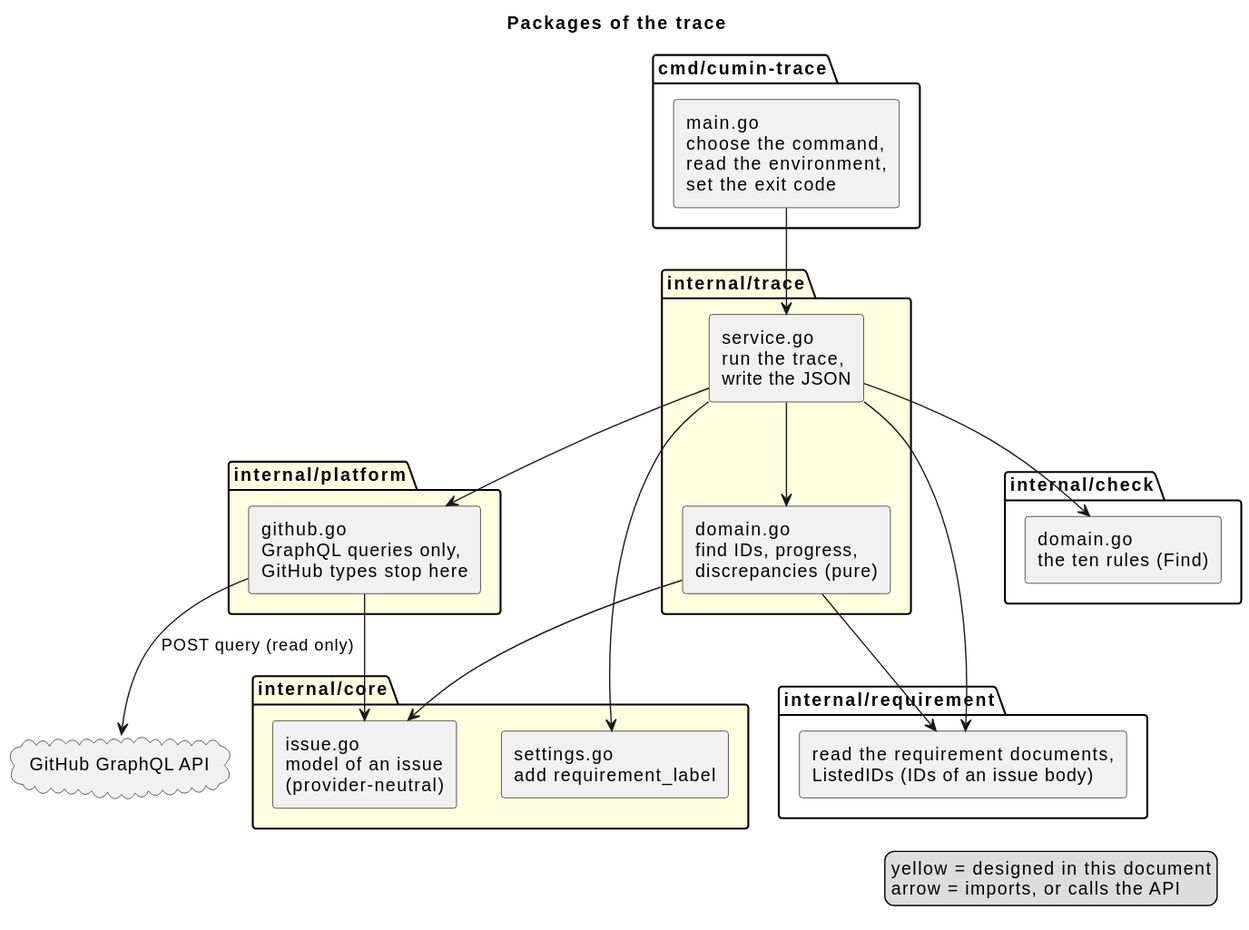
Before: docs/ja/designs/trace/trace-packages.svg, a diagram exported from PlantUML (cloveclovedev/cumin-trace).
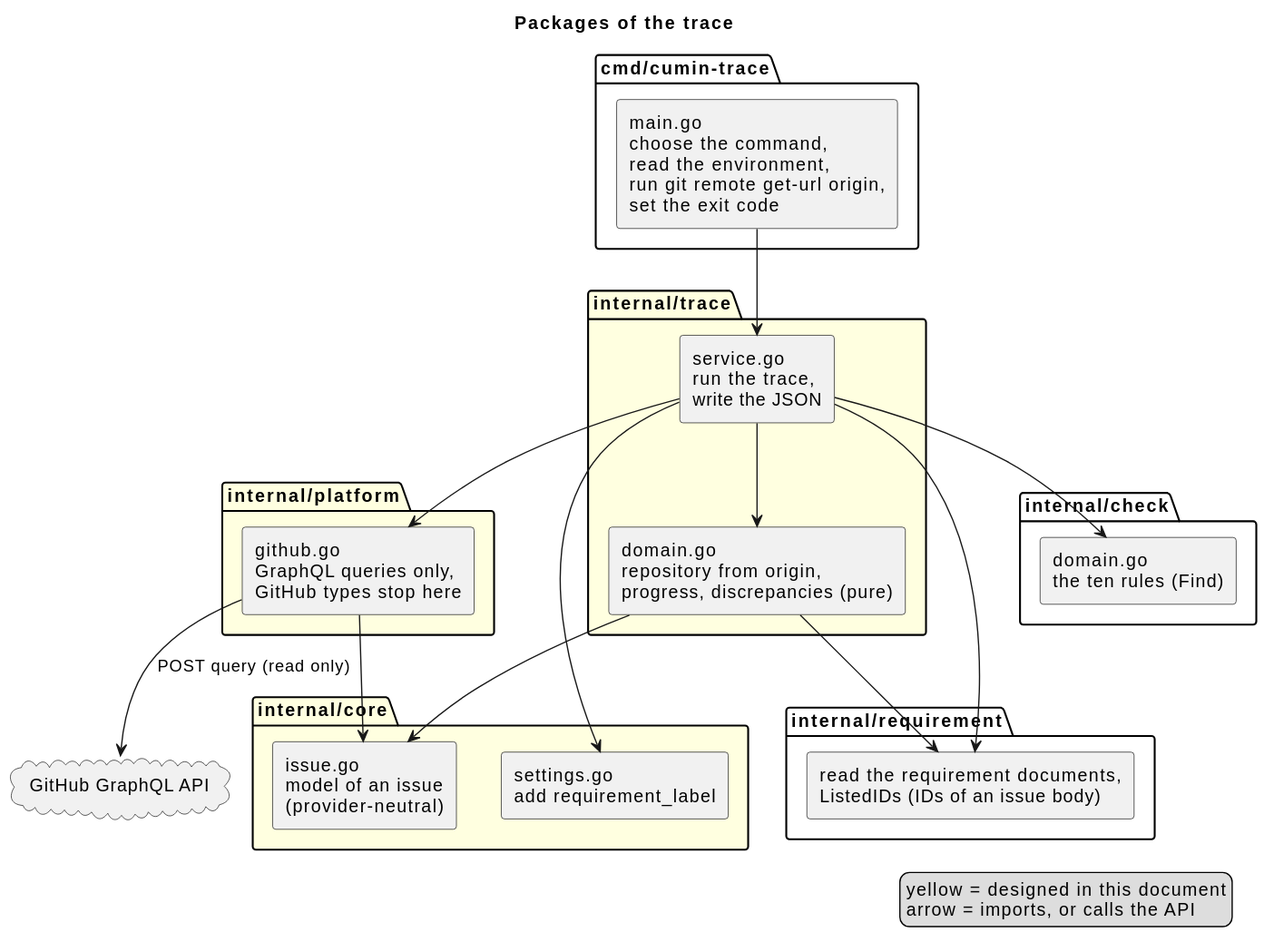
After the change.

Commit message:
docs(designs): fix the ID boundary and the package diagram of the trace

Change to the diagram source:
```diff
@@ -4,12 +4,12 @@
 skinparam componentStyle rectangle
 
 package "cmd/cumin-trace" {
-  [main.go\nchoose the command,\nread the environment,\nset the exit code] as main
+  [main.go\nchoose the command,\nread the environment,\nrun git remote get-url origin,\nset the exit code] as main
 }
 
 package "internal/trace" #LightYellow {
   [service.go\nrun the trace,\nwrite the JSON] as service
-  [domain.go\nfind IDs, progress,\ndiscrepancies (pure)] as rules
+  [domain.go\nrepository from origin,\nprogress, discrepancies (pure)] as rules
 }
 
 package "internal/platform" #LightYellow {
```
